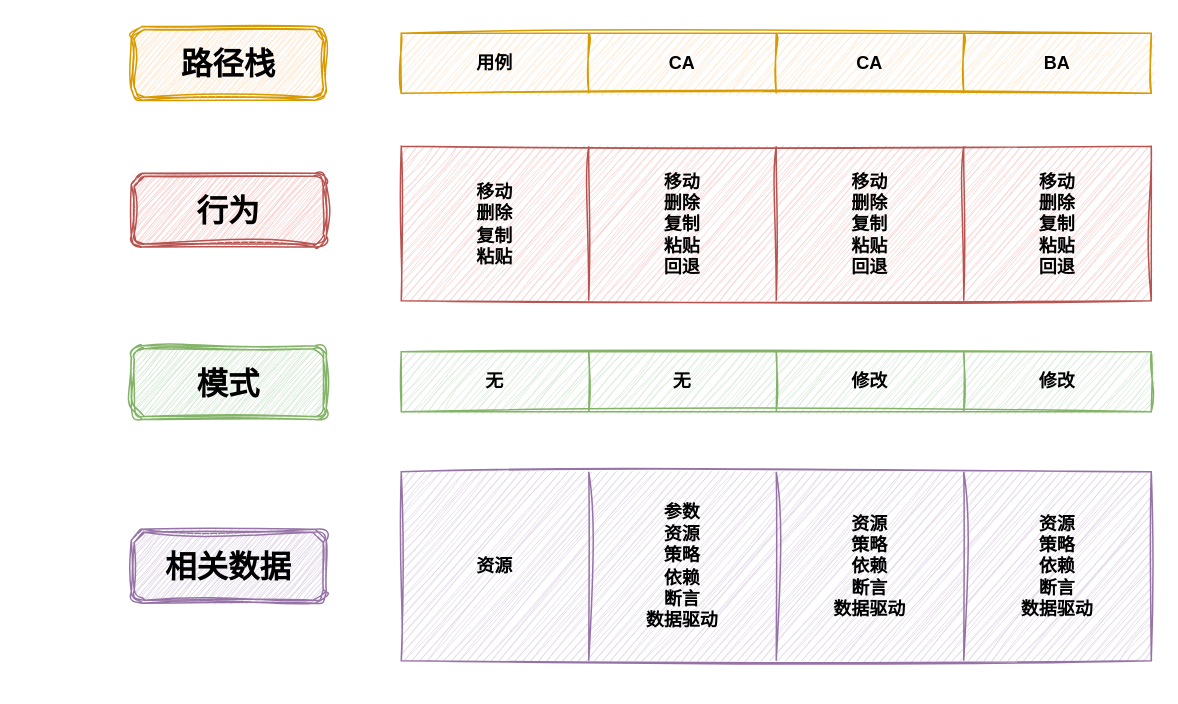
Before: front/dir_view_record.drawio in muxicode/c153080686, a draw.io diagram. Source tidied: cells renumbered, new cells numbered last; positions are measured from the earlier drawing's top-left corner, leaving out a move shared by most shapes. Both pictures are drawn from the tidied source at 150%, with x=0, y=0 at pixel (130, 26).
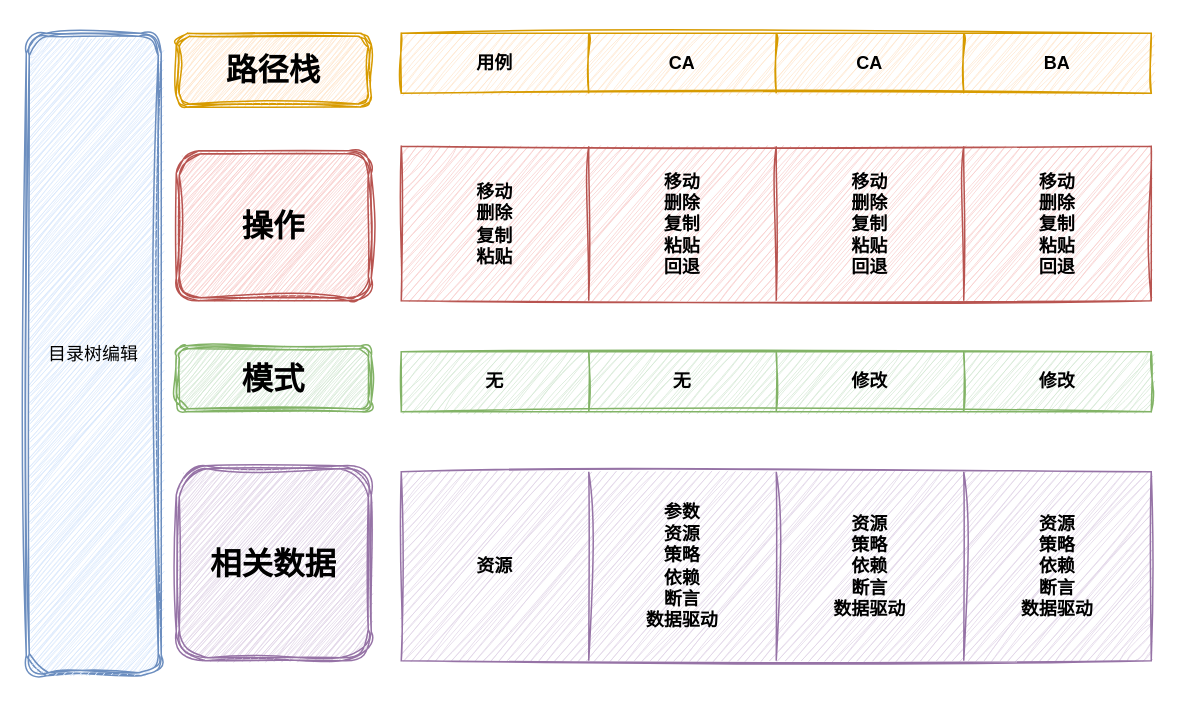
Above is the later version.

Diff of the diagram source:
```diff
@@
     <mxCell id="26" value="&lt;span style=&quot;font-size: 21px; font-weight: 700; text-wrap: nowrap;&quot;&gt;路径栈&lt;/span&gt;" style="shape=ext;double=1;rounded=1;whiteSpace=wrap;html=1;strokeColor=#d79b00;align=center;verticalAlign=middle;fontFamily=Helvetica;fontSize=12;fontColor=default;fillColor=#ffe6cc;sketch=1;curveFitting=1;jiggle=2;" parent="1" vertex="1">
-      <mxGeometry y="0.1" width="130" height="49.2" as="geometry" />
+      <mxGeometry x="30" y="4.7" width="130" height="49.2" as="geometry" />
     </mxCell>
-    <mxCell id="27" value="&lt;span style=&quot;font-size: 21px; font-weight: 700; text-wrap: nowrap;&quot;&gt;行为&lt;/span&gt;" style="shape=ext;double=1;rounded=1;whiteSpace=wrap;html=1;strokeColor=#b85450;align=center;verticalAlign=middle;fontFamily=Helvetica;fontSize=12;fillColor=#f8cecc;sketch=1;curveFitting=1;jiggle=2;" parent="1" vertex="1">
-      <mxGeometry y="98" width="130" height="49.2" as="geometry" />
+    <mxCell id="27" value="&lt;span style=&quot;font-size: 21px; text-wrap: nowrap;&quot;&gt;&lt;b&gt;操作&lt;/b&gt;&lt;/span&gt;" style="shape=ext;double=1;rounded=1;whiteSpace=wrap;html=1;strokeColor=#b85450;align=center;verticalAlign=middle;fontFamily=Helvetica;fontSize=12;fillColor=#f8cecc;sketch=1;curveFitting=1;jiggle=2;" parent="1" vertex="1">
+      <mxGeometry x="30" y="83" width="130" height="100" as="geometry" />
     </mxCell>
     <mxCell id="28" value="&lt;span style=&quot;font-size: 21px; font-weight: 700; text-wrap: nowrap;&quot;&gt;模式&lt;/span&gt;" style="shape=ext;double=1;rounded=1;whiteSpace=wrap;html=1;strokeColor=#82b366;align=center;verticalAlign=middle;fontFamily=Helvetica;fontSize=12;fillColor=#d5e8d4;sketch=1;curveFitting=1;jiggle=2;" parent="1" vertex="1">
-      <mxGeometry y="213" width="130" height="49.2" as="geometry" />
+      <mxGeometry x="30" y="213" width="130" height="44" as="geometry" />
     </mxCell>
     <mxCell id="29" value="&lt;span style=&quot;font-size: 21px; font-weight: 700; text-wrap: nowrap;&quot;&gt;相关数据&lt;/span&gt;" style="shape=ext;double=1;rounded=1;whiteSpace=wrap;html=1;strokeColor=#9673a6;align=center;verticalAlign=middle;fontFamily=Helvetica;fontSize=12;fillColor=#e1d5e7;sketch=1;curveFitting=1;jiggle=2;" parent="1" vertex="1">
-      <mxGeometry y="335.4" width="130" height="49.2" as="geometry" />
+      <mxGeometry x="30" y="293" width="130" height="130" as="geometry" />
     </mxCell>
+    <mxCell id="30" value="目录树编辑" style="shape=ext;double=1;rounded=1;whiteSpace=wrap;html=1;align=center;verticalAlign=middle;fontFamily=Helvetica;fontSize=12;sketch=1;curveFitting=1;jiggle=2;fillColor=#dae8fc;strokeColor=#6c8ebf;" parent="1" vertex="1">
+      <mxGeometry x="-70" y="4.7" width="90" height="428.3" as="geometry" />
+    </mxCell>
```
